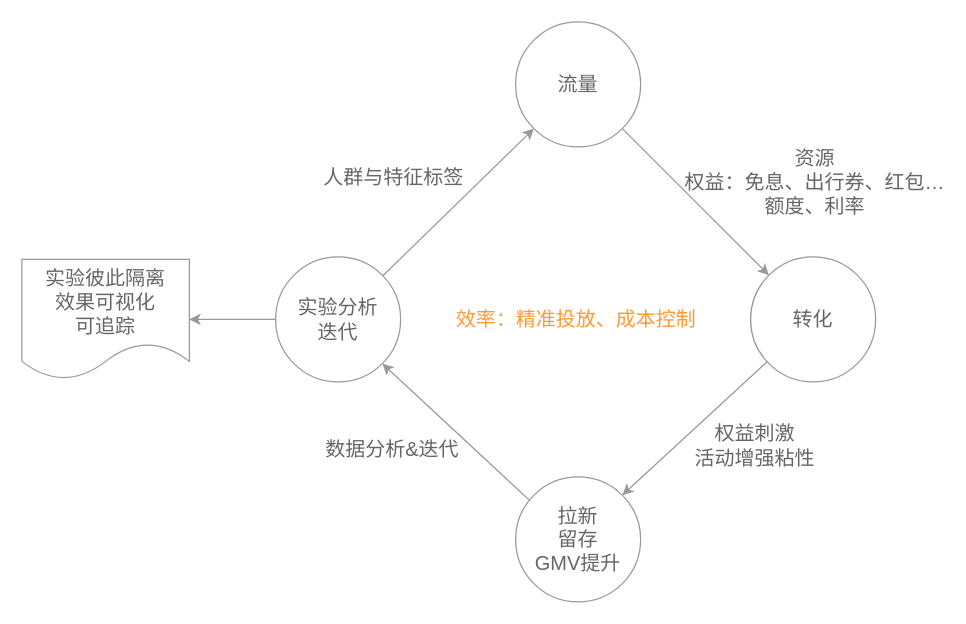
Above: page "流量决策中心" (7 of 7) of new.drawio in githubzhouwen/hello-world (draw.io), before the change. Source tidied: cells renumbered, new cells numbered last; positions are measured from the earlier drawing's top-left corner, leaving out a move shared by most shapes. Both pictures are drawn from the tidied source at 125%, with x=0, y=0 at pixel (21, 21).
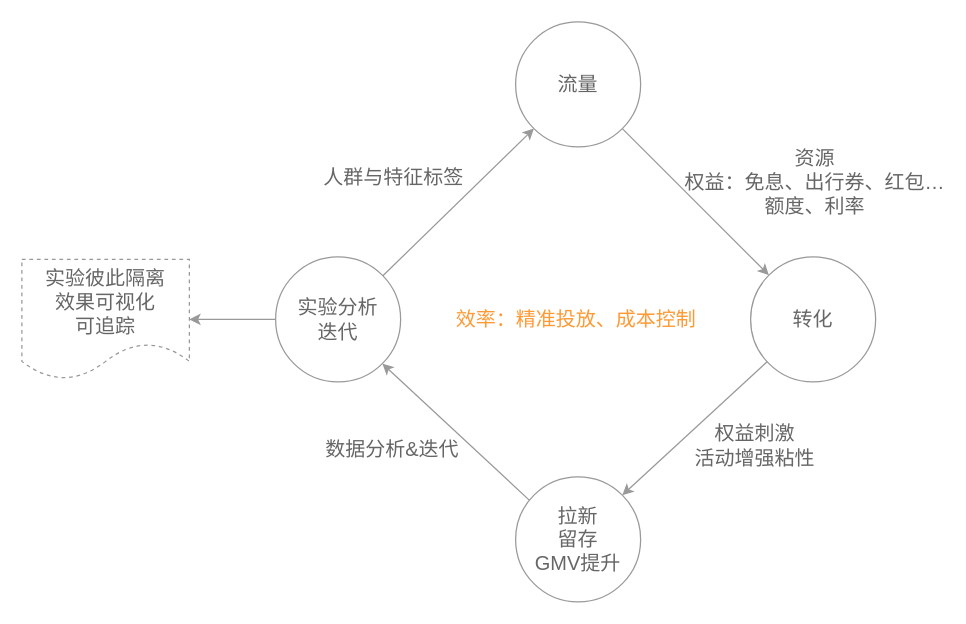
After the change.

Change to the diagram source:
```diff
@@
 <mxGraphModel>
   <root>
     <mxCell id="0" />
     <mxCell id="1" parent="0" />
     <mxCell id="2" value="资源&lt;br&gt;权益：免息、出行券、红包…&lt;br&gt;额度、利率" style="rounded=0;jettySize=auto;html=1;fontSize=16;labelBackgroundColor=none;entryX=0;entryY=0;entryDx=0;entryDy=0;exitX=1;exitY=1;exitDx=0;exitDy=0;fontColor=#666666;strokeColor=#999999;" parent="1" edge="1" source="3" target="6">
       <mxGeometry x="0.66" y="78" relative="1" as="geometry">
         <mxPoint x="1" as="offset" />
       </mxGeometry>
     </mxCell>
     <mxCell id="3" value="流量" style="ellipse;whiteSpace=wrap;html=1;fontSize=16;fontColor=#666666;strokeColor=#999999;" parent="1" vertex="1">
       <mxGeometry x="395" width="100" height="100" as="geometry" />
     </mxCell>
     <mxCell id="4" style="edgeStyle=none;rounded=0;jettySize=auto;html=1;labelBackgroundColor=none;fontSize=16;entryX=1;entryY=0;entryDx=0;entryDy=0;fontColor=#666666;strokeColor=#999999;" parent="1" edge="1" source="6" target="13">
       <mxGeometry relative="1" as="geometry" />
     </mxCell>
     <mxCell id="5" value="权益刺激&lt;br&gt;活动增强粘性" style="edgeLabel;html=1;align=center;verticalAlign=middle;fontSize=16;labelBackgroundColor=none;fontColor=#666666;" parent="4" vertex="1">
       <mxGeometry x="-0.17" y="3" relative="1" as="geometry">
         <mxPoint x="35" y="20" as="offset" />
       </mxGeometry>
     </mxCell>
     <mxCell id="6" value="转化" style="ellipse;whiteSpace=wrap;html=1;fontSize=16;fontColor=#666666;strokeColor=#999999;" parent="1" vertex="1">
       <mxGeometry x="583" y="188" width="100" height="100" as="geometry" />
     </mxCell>
     <mxCell id="7" style="edgeStyle=none;rounded=0;jettySize=auto;html=1;labelBackgroundColor=none;fontSize=16;entryX=0;entryY=1;entryDx=0;entryDy=0;fontColor=#666666;strokeColor=#999999;" parent="1" edge="1" source="10" target="3">
       <mxGeometry relative="1" as="geometry" />
     </mxCell>
     <mxCell id="8" value="人群与特征标签" style="edgeLabel;html=1;align=center;verticalAlign=middle;fontSize=16;labelBackgroundColor=none;fontColor=#666666;" parent="7" vertex="1">
       <mxGeometry x="0.09" y="-3" relative="1" as="geometry">
         <mxPoint x="-60" y="-18" as="offset" />
       </mxGeometry>
     </mxCell>
     <mxCell id="9" style="edgeStyle=none;rounded=0;jettySize=auto;html=1;labelBackgroundColor=none;fontSize=16;fontColor=#666666;strokeColor=#999999;" parent="1" edge="1" source="10" target="14">
       <mxGeometry relative="1" as="geometry" />
     </mxCell>
     <mxCell id="10" value="实验分析&lt;br&gt;迭代" style="ellipse;whiteSpace=wrap;html=1;fontSize=16;fontColor=#666666;strokeColor=#999999;" parent="1" vertex="1">
       <mxGeometry x="203" y="188" width="100" height="100" as="geometry" />
     </mxCell>
     <mxCell id="11" style="edgeStyle=none;rounded=0;jettySize=auto;html=1;labelBackgroundColor=none;fontSize=16;entryX=1;entryY=1;entryDx=0;entryDy=0;exitX=0.135;exitY=0.21;exitDx=0;exitDy=0;exitPerimeter=0;fontColor=#666666;strokeColor=#999999;" parent="1" edge="1" source="13" target="10">
       <mxGeometry relative="1" as="geometry" />
     </mxCell>
     <mxCell id="12" value="数据分析&amp;amp;迭代" style="edgeLabel;html=1;align=center;verticalAlign=middle;fontSize=16;fontColor=#666666;labelBackgroundColor=none;" parent="11" vertex="1">
       <mxGeometry x="-0.03" y="2" relative="1" as="geometry">
         <mxPoint x="-53" y="9" as="offset" />
       </mxGeometry>
     </mxCell>
     <mxCell id="13" value="拉新&lt;br&gt;留存&lt;br&gt;GMV提升" style="ellipse;whiteSpace=wrap;html=1;fontSize=16;fontColor=#666666;strokeColor=#999999;" parent="1" vertex="1">
       <mxGeometry x="395" y="364" width="100" height="100" as="geometry" />
     </mxCell>
-    <mxCell id="14" value="实验彼此隔离&lt;br&gt;效果可视化&lt;br&gt;可追踪" style="shape=document;whiteSpace=wrap;html=1;boundedLbl=1;fontSize=16;fontColor=#666666;strokeColor=#999999;" parent="1" vertex="1">
+    <mxCell id="14" value="实验彼此隔离&lt;br&gt;效果可视化&lt;br&gt;可追踪" style="shape=document;whiteSpace=wrap;html=1;boundedLbl=1;fontSize=16;fontColor=#666666;strokeColor=#999999;dashed=1;" parent="1" vertex="1">
       <mxGeometry y="190" width="134" height="96" as="geometry" />
     </mxCell>
     <mxCell id="15" value="效率：精准投放、成本控制" style="text;html=1;align=center;verticalAlign=middle;strokeColor=none;fontSize=16;fontColor=#FF9933;" parent="1" vertex="1">
       <mxGeometry x="342" y="226.5" width="202" height="23" as="geometry" />
     </mxCell>
   </root>
 </mxGraphModel>
```
